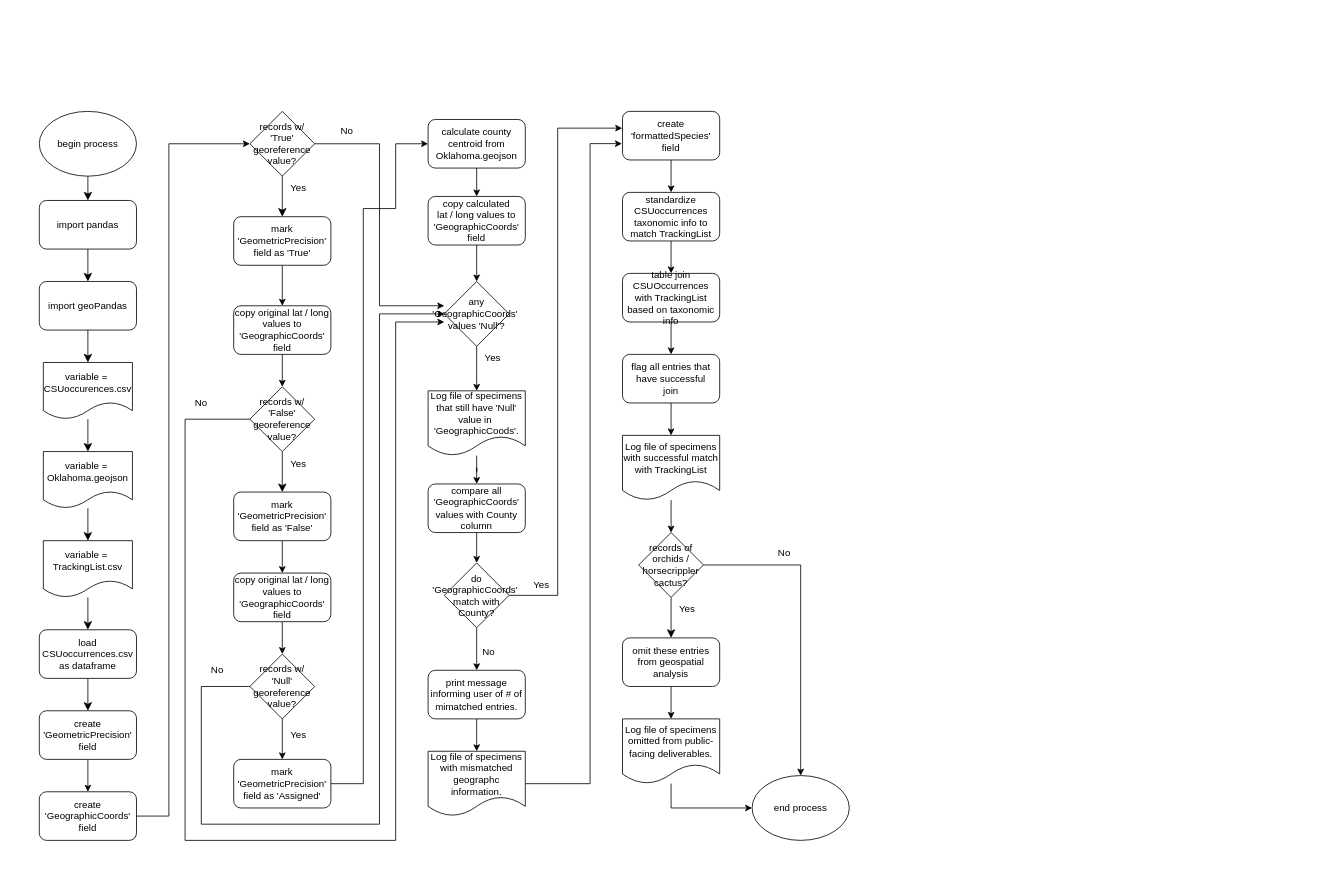
This is docs/wrightCapstoneFlowchart.drawio from Mwright710788/CapstoneFiles, a draw.io file, before an edit. Source tidied: cells renumbered, new cells numbered last; positions are measured from the earlier drawing's top-left corner, leaving out a move shared by most shapes. Both pictures are drawn from the tidied source at 81%, with x=0, y=0 at pixel (39, 111).
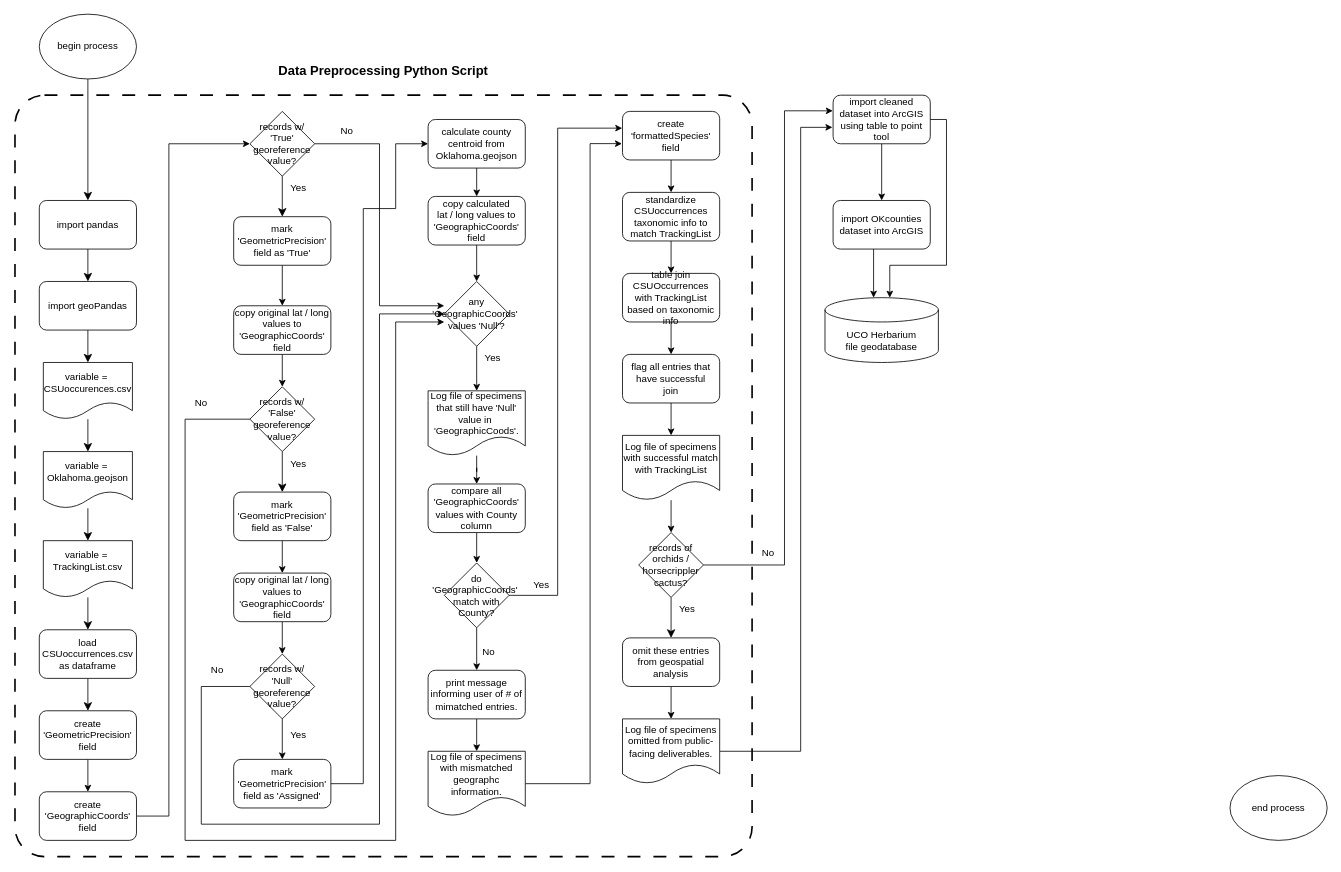
Above is the later version.

Unchanged cells that the change refers to:
```xml
<mxCell id="64" value="records of orchids / horsecrippler&lt;br&gt;&lt;div&gt;cactus?&lt;/div&gt;" style="rhombus;whiteSpace=wrap;html=1;" parent="1" vertex="1">
  <mxGeometry x="740" y="520" width="80" height="80" as="geometry" />
</mxCell>
<mxCell id="70" value="Log file of specimens&lt;div&gt;omitted from public-facing deliverables.&lt;br&gt;&lt;/div&gt;" style="shape=document;whiteSpace=wrap;html=1;boundedLbl=1;" parent="1" vertex="1">
  <mxGeometry x="720" y="750" width="120" height="80" as="geometry" />
</mxCell>
```

The edit, as a diff of the source:
```diff
@@
+    <mxCell id="85" style="rounded=1;whiteSpace=wrap;html=1;strokeWidth=2;dashed=1;dashPattern=8 8;arcSize=4;" parent="1" vertex="1">
+      <mxGeometry x="-30" y="-20" width="910" height="940" as="geometry" />
+    </mxCell>
@@
     <mxCell id="5" value="begin process" style="ellipse;whiteSpace=wrap;html=1;" parent="1" vertex="1">
-      <mxGeometry width="120" height="80" as="geometry" />
+      <mxGeometry y="-120" width="120" height="80" as="geometry" />
     </mxCell>
@@
-    <mxCell id="63" style="edgeStyle=orthogonalEdgeStyle;rounded=0;jettySize=auto;html=1;exitX=1;exitY=0.5;exitDx=0;exitDy=0;entryX=0.5;entryY=0;entryDx=0;entryDy=0;" parent="1" edge="1" source="64" target="71">
-      <mxGeometry relative="1" as="geometry">
-        <Array as="points">
-          <mxPoint x="940" y="560" />
-        </Array>
-      </mxGeometry>
-    </mxCell>
+    <mxCell id="86" style="edgeStyle=orthogonalEdgeStyle;rounded=0;jettySize=auto;html=1;exitX=1;exitY=0.5;exitDx=0;exitDy=0;entryX=-0.003;entryY=0.322;entryDx=0;entryDy=0;entryPerimeter=0;" parent="1" edge="1" source="64" target="90">
+      <mxGeometry relative="1" as="geometry">
+        <Array as="points">
+          <mxPoint x="920" y="560" />
+          <mxPoint x="920" />
+          <mxPoint x="980" />
+        </Array>
+      </mxGeometry>
+    </mxCell>
@@
     <mxCell id="67" value="No" style="text;html=1;whiteSpace=wrap;strokeColor=none;fillColor=none;align=center;verticalAlign=middle;rounded=0;" parent="1" vertex="1">
-      <mxGeometry x="890" y="530" width="60" height="30" as="geometry" />
+      <mxGeometry x="870" y="530" width="60" height="30" as="geometry" />
     </mxCell>
@@
-    <mxCell id="69" style="edgeStyle=orthogonalEdgeStyle;rounded=0;jettySize=auto;html=1;entryX=0;entryY=0.5;entryDx=0;entryDy=0;" parent="1" edge="1" source="70" target="71">
-      <mxGeometry relative="1" as="geometry">
-        <Array as="points">
-          <mxPoint x="780" y="860" />
-        </Array>
-      </mxGeometry>
-    </mxCell>
+    <mxCell id="87" style="edgeStyle=orthogonalEdgeStyle;rounded=0;jettySize=auto;html=1;exitX=1;exitY=0.5;exitDx=0;exitDy=0;entryX=-0.007;entryY=0.662;entryDx=0;entryDy=0;entryPerimeter=0;" parent="1" edge="1" source="70" target="90">
+      <mxGeometry relative="1" as="geometry">
+        <Array as="points">
+          <mxPoint x="940" y="790" />
+          <mxPoint x="940" y="20" />
+          <mxPoint x="979" y="20" />
+        </Array>
+      </mxGeometry>
+    </mxCell>
@@
     <mxCell id="71" value="end process" style="ellipse;whiteSpace=wrap;html=1;" parent="1" vertex="1">
-      <mxGeometry x="880" y="820" width="120" height="80" as="geometry" />
+      <mxGeometry x="1470" y="820" width="120" height="80" as="geometry" />
     </mxCell>
@@
+    <mxCell id="88" value="Data Preprocessing Python Script" style="text;html=1;whiteSpace=wrap;strokeColor=none;fillColor=none;align=center;verticalAlign=middle;rounded=0;fontSize=16;fontStyle=1;" parent="1" vertex="1">
+      <mxGeometry x="220" y="-70" width="410" height="40" as="geometry" />
+    </mxCell>
+    <mxCell id="89" style="edgeStyle=orthogonalEdgeStyle;rounded=0;jettySize=auto;html=1;exitX=0.5;exitY=1;exitDx=0;exitDy=0;entryX=0.5;entryY=0;entryDx=0;entryDy=0;" parent="1" edge="1" source="90" target="91">
+      <mxGeometry relative="1" as="geometry" />
+    </mxCell>
+    <mxCell id="90" value="&lt;div&gt;import cleaned dataset into ArcGIS&lt;/div&gt;&lt;div&gt;using table to point tool&lt;/div&gt;" style="rounded=1;whiteSpace=wrap;html=1;" parent="1" vertex="1">
+      <mxGeometry x="980" y="-20" width="120" height="60" as="geometry" />
+    </mxCell>
+    <mxCell id="91" value="&lt;div&gt;import OKcounties dataset into ArcGIS&lt;/div&gt;" style="rounded=1;whiteSpace=wrap;html=1;" parent="1" vertex="1">
+      <mxGeometry x="980" y="110" width="120" height="60" as="geometry" />
+    </mxCell>
+    <mxCell id="92" value="UCO Herbarium&lt;div&gt;file geodatabase&lt;/div&gt;" style="shape=cylinder3;whiteSpace=wrap;html=1;boundedLbl=1;backgroundOutline=1;size=15;" parent="1" vertex="1">
+      <mxGeometry x="970" y="230" width="140" height="80" as="geometry" />
+    </mxCell>
+    <mxCell id="93" style="edgeStyle=orthogonalEdgeStyle;rounded=0;orthogonalLoop=1;jettySize=auto;html=1;" parent="1" edge="1">
+      <mxGeometry relative="1" as="geometry">
+        <mxPoint x="1030" y="170" as="sourcePoint" />
+        <mxPoint x="1030" y="230" as="targetPoint" />
+        <Array as="points">
+          <mxPoint x="1030" y="170" />
+        </Array>
+      </mxGeometry>
+    </mxCell>
+    <mxCell id="94" style="edgeStyle=orthogonalEdgeStyle;rounded=0;jettySize=auto;html=1;exitX=1;exitY=0.5;exitDx=0;exitDy=0;" parent="1" edge="1" source="90">
+      <mxGeometry relative="1" as="geometry">
+        <mxPoint x="1050" y="230" as="targetPoint" />
+        <Array as="points">
+          <mxPoint x="1120" y="10" />
+          <mxPoint x="1120" y="190" />
+          <mxPoint x="1050" y="190" />
+        </Array>
+      </mxGeometry>
+    </mxCell>
```
